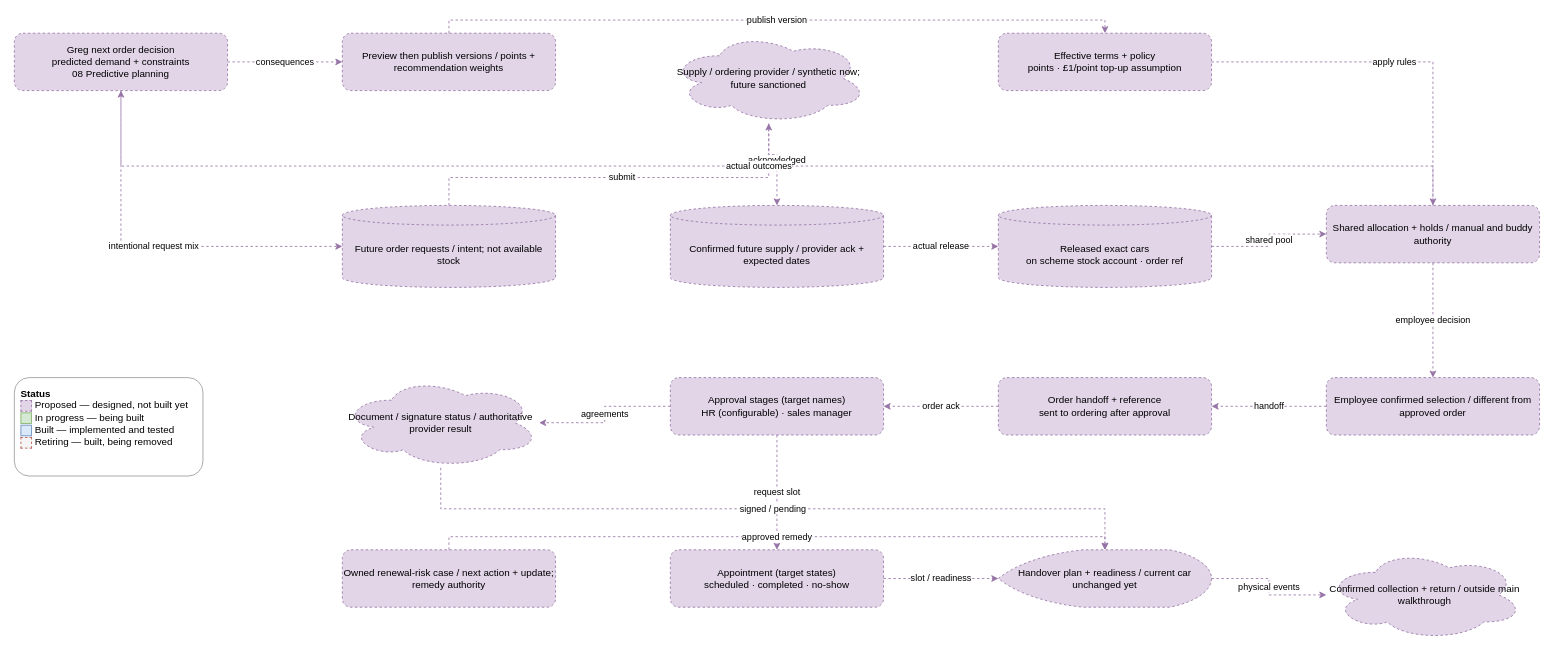
Earlier version of the draw.io diagram page "07 Planning and lifecycle" (10 of 11) of docs/design/high-level-design.drawio (garyscarter-ibm/vehicle-matcher). Source tidied: cells renumbered, new cells numbered last; positions are measured from the earlier drawing's top-left corner, leaving out a move shared by most shapes. Both pictures are drawn from the tidied source at 82%, with x=0, y=0 at pixel (14, 20).
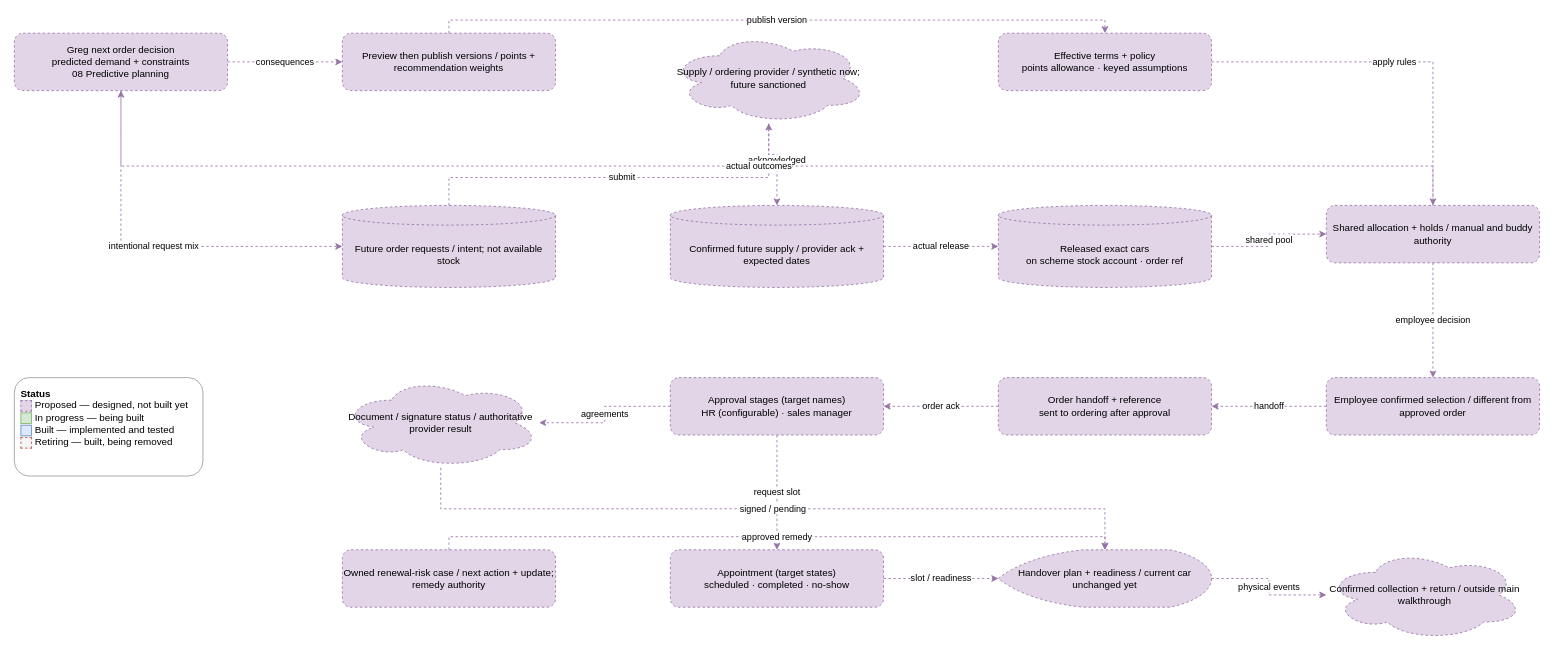
After the change.

What changed in the source:
```diff
@@
-    <mxCell id="9" value="Effective terms + policy&lt;br&gt;points · £1/point top-up assumption" style="rounded=1;whiteSpace=wrap;html=1;strokeColor=#9673a6;dashed=1;fillColor=#e1d5e7;" parent="1" vertex="1">
+    <mxCell id="9" value="Effective terms + policy&lt;br&gt;points allowance · keyed assumptions" style="rounded=1;whiteSpace=wrap;html=1;strokeColor=#9673a6;dashed=1;fillColor=#e1d5e7;" parent="1" vertex="1">
       <mxGeometry x="1200" y="16" width="260" height="70" as="geometry" />
     </mxCell>
```
